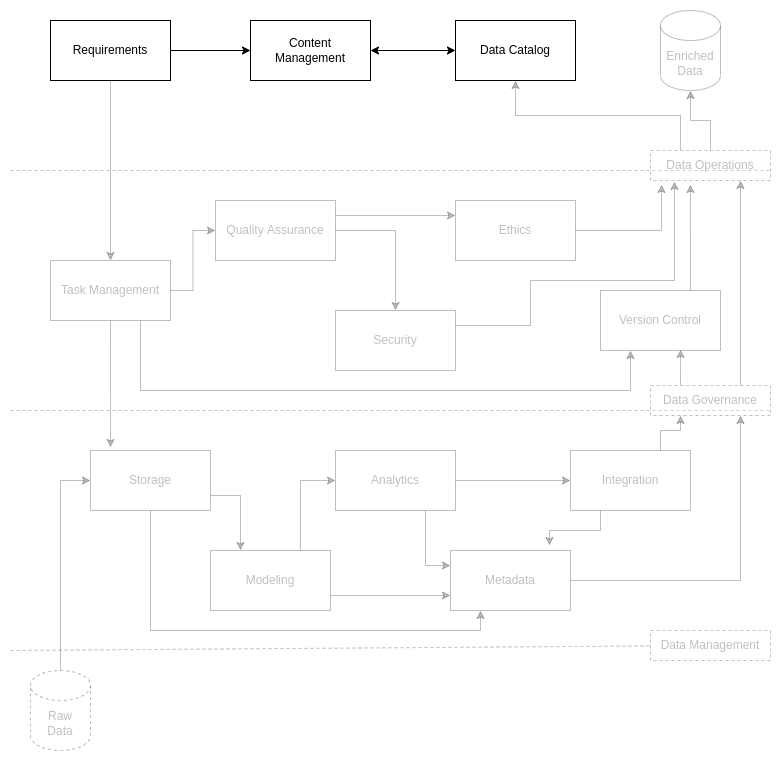
The draw.io diagram docs/source/static/images/cm_overview.png in CertusGroup/ciutshi, before a commit. Source tidied: cells renumbered, new cells last; positions are measured from the earlier drawing's top-left corner, leaving out a move shared by most shapes.
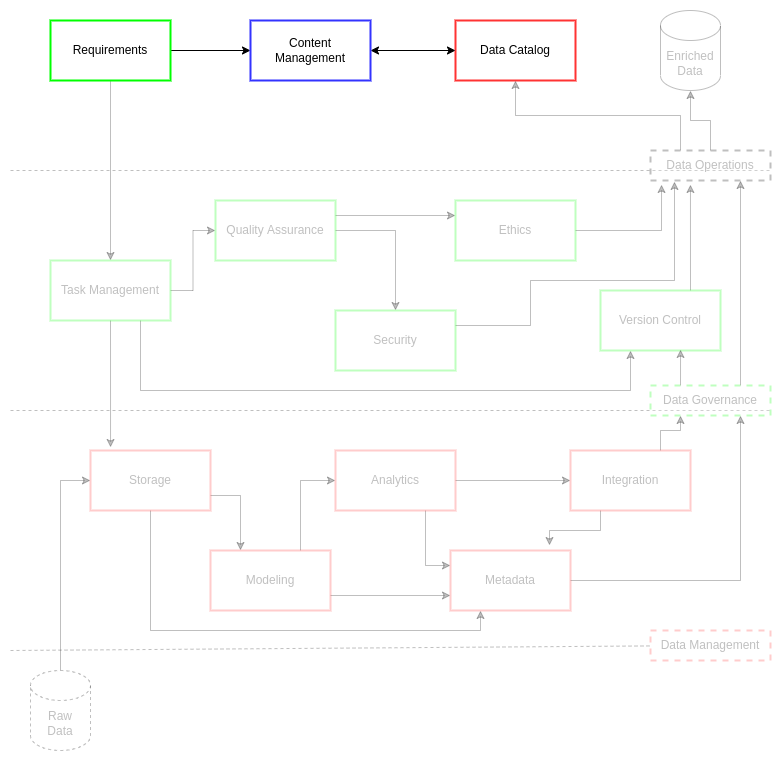
Later version of the same file.

Diff of the diagram source:
```diff
@@ -20,7 +20,7 @@
     <mxCell id="5" style="edgeStyle=orthogonalEdgeStyle;rounded=0;jettySize=auto;html=1;exitX=0.5;exitY=1;exitDx=0;exitDy=0;entryX=0.25;entryY=1;entryDx=0;entryDy=0;opacity=25;textOpacity=25;" parent="1" edge="1" source="6" target="14">
       <mxGeometry relative="1" as="geometry" />
     </mxCell>
-    <mxCell id="6" value="Storage" style="rounded=0;whiteSpace=wrap;html=1;opacity=25;textOpacity=25;" parent="1" vertex="1">
+    <mxCell id="6" value="Storage" style="rounded=0;whiteSpace=wrap;html=1;strokeWidth=2;strokeColor=#FF3333;opacity=25;textOpacity=25;" parent="1" vertex="1">
       <mxGeometry x="80" y="440" width="120" height="60" as="geometry" />
     </mxCell>
     <mxCell id="7" style="edgeStyle=orthogonalEdgeStyle;rounded=0;jettySize=auto;html=1;exitX=0.75;exitY=0;exitDx=0;exitDy=0;entryX=0;entryY=0.5;entryDx=0;entryDy=0;opacity=25;textOpacity=25;" parent="1" edge="1" source="9" target="12">
@@ -29,7 +29,7 @@
     <mxCell id="8" style="edgeStyle=orthogonalEdgeStyle;rounded=0;jettySize=auto;html=1;exitX=1;exitY=0.75;exitDx=0;exitDy=0;entryX=0;entryY=0.75;entryDx=0;entryDy=0;opacity=25;textOpacity=25;" parent="1" edge="1" source="9" target="14">
       <mxGeometry relative="1" as="geometry" />
     </mxCell>
-    <mxCell id="9" value="Modeling" style="rounded=0;whiteSpace=wrap;html=1;opacity=25;textOpacity=25;" parent="1" vertex="1">
+    <mxCell id="9" value="Modeling" style="rounded=0;whiteSpace=wrap;html=1;strokeWidth=2;strokeColor=#FF3333;opacity=25;textOpacity=25;" parent="1" vertex="1">
       <mxGeometry x="200" y="540" width="120" height="60" as="geometry" />
     </mxCell>
     <mxCell id="10" style="edgeStyle=orthogonalEdgeStyle;rounded=0;jettySize=auto;html=1;exitX=1;exitY=0.5;exitDx=0;exitDy=0;entryX=0;entryY=0.5;entryDx=0;entryDy=0;opacity=25;textOpacity=25;" parent="1" edge="1" source="12" target="17">
@@ -38,13 +38,13 @@
     <mxCell id="11" style="edgeStyle=orthogonalEdgeStyle;rounded=0;jettySize=auto;html=1;exitX=0.75;exitY=1;exitDx=0;exitDy=0;entryX=0;entryY=0.25;entryDx=0;entryDy=0;opacity=25;textOpacity=25;" parent="1" edge="1" source="12" target="14">
       <mxGeometry relative="1" as="geometry" />
     </mxCell>
-    <mxCell id="12" value="Analytics" style="rounded=0;whiteSpace=wrap;html=1;opacity=25;textOpacity=25;" parent="1" vertex="1">
+    <mxCell id="12" value="Analytics" style="rounded=0;whiteSpace=wrap;html=1;strokeWidth=2;strokeColor=#FF3333;opacity=25;textOpacity=25;" parent="1" vertex="1">
       <mxGeometry x="325" y="440" width="120" height="60" as="geometry" />
     </mxCell>
     <mxCell id="13" style="edgeStyle=orthogonalEdgeStyle;rounded=0;jettySize=auto;html=1;exitX=1;exitY=0.5;exitDx=0;exitDy=0;entryX=0.75;entryY=1;entryDx=0;entryDy=0;opacity=25;textOpacity=25;" parent="1" edge="1" source="14" target="38">
       <mxGeometry relative="1" as="geometry" />
     </mxCell>
-    <mxCell id="14" value="Metadata" style="rounded=0;whiteSpace=wrap;html=1;opacity=25;textOpacity=25;" parent="1" vertex="1">
+    <mxCell id="14" value="Metadata" style="rounded=0;whiteSpace=wrap;html=1;strokeWidth=2;strokeColor=#FF3333;opacity=25;textOpacity=25;" parent="1" vertex="1">
       <mxGeometry x="440" y="540" width="120" height="60" as="geometry" />
     </mxCell>
     <mxCell id="15" style="edgeStyle=orthogonalEdgeStyle;rounded=0;jettySize=auto;html=1;exitX=0.25;exitY=1;exitDx=0;exitDy=0;entryX=0.825;entryY=-0.083;entryDx=0;entryDy=0;entryPerimeter=0;opacity=25;textOpacity=25;" parent="1" edge="1" source="17" target="14">
@@ -53,10 +53,10 @@
     <mxCell id="16" style="edgeStyle=orthogonalEdgeStyle;rounded=0;jettySize=auto;html=1;exitX=0.75;exitY=0;exitDx=0;exitDy=0;entryX=0.25;entryY=1;entryDx=0;entryDy=0;opacity=25;textOpacity=25;" parent="1" edge="1" source="17" target="38">
       <mxGeometry relative="1" as="geometry" />
     </mxCell>
-    <mxCell id="17" value="Integration" style="rounded=0;whiteSpace=wrap;html=1;opacity=25;textOpacity=25;" parent="1" vertex="1">
+    <mxCell id="17" value="Integration" style="rounded=0;whiteSpace=wrap;html=1;strokeWidth=2;strokeColor=#FF3333;opacity=25;textOpacity=25;" parent="1" vertex="1">
       <mxGeometry x="560" y="440" width="120" height="60" as="geometry" />
     </mxCell>
-    <mxCell id="18" value="Data Catalog&lt;br&gt;" style="rounded=0;whiteSpace=wrap;html=1;" parent="1" vertex="1">
+    <mxCell id="18" value="Data Catalog&lt;br&gt;" style="rounded=0;whiteSpace=wrap;html=1;strokeWidth=2;strokeColor=#FF3333;" parent="1" vertex="1">
       <mxGeometry x="445" y="10" width="120" height="60" as="geometry" />
     </mxCell>
     <mxCell id="19" style="edgeStyle=orthogonalEdgeStyle;rounded=0;jettySize=auto;html=1;exitX=0.5;exitY=1;exitDx=0;exitDy=0;entryX=0.5;entryY=0;entryDx=0;entryDy=0;opacity=25;textOpacity=25;" parent="1" edge="1" source="21" target="25">
@@ -65,7 +65,7 @@
     <mxCell id="20" style="edgeStyle=orthogonalEdgeStyle;rounded=0;jettySize=auto;html=1;exitX=1;exitY=0.5;exitDx=0;exitDy=0;entryX=0;entryY=0.5;entryDx=0;entryDy=0;" parent="1" edge="1" source="21" target="48">
       <mxGeometry relative="1" as="geometry" />
     </mxCell>
-    <mxCell id="21" value="Requirements" style="rounded=0;whiteSpace=wrap;html=1;" parent="1" vertex="1">
+    <mxCell id="21" value="Requirements" style="rounded=0;whiteSpace=wrap;html=1;strokeColor=#00FF00;strokeWidth=2;" parent="1" vertex="1">
       <mxGeometry x="40" y="10" width="120" height="60" as="geometry" />
     </mxCell>
     <mxCell id="22" style="edgeStyle=orthogonalEdgeStyle;rounded=0;jettySize=auto;html=1;exitX=1;exitY=0.5;exitDx=0;exitDy=0;entryX=0;entryY=0.5;entryDx=0;entryDy=0;opacity=25;textOpacity=25;" parent="1" edge="1" source="25" target="28">
@@ -82,7 +82,7 @@
     <mxCell id="24" style="edgeStyle=orthogonalEdgeStyle;rounded=0;jettySize=auto;html=1;exitX=0.5;exitY=1;exitDx=0;exitDy=0;entryX=0.167;entryY=-0.05;entryDx=0;entryDy=0;entryPerimeter=0;opacity=25;textOpacity=25;" parent="1" edge="1" source="25" target="6">
       <mxGeometry relative="1" as="geometry" />
     </mxCell>
-    <mxCell id="25" value="Task Management" style="rounded=0;whiteSpace=wrap;html=1;opacity=25;textOpacity=25;" parent="1" vertex="1">
+    <mxCell id="25" value="Task Management" style="rounded=0;whiteSpace=wrap;html=1;strokeColor=#00FF00;strokeWidth=2;opacity=25;textOpacity=25;" parent="1" vertex="1">
       <mxGeometry x="40" y="250" width="120" height="60" as="geometry" />
     </mxCell>
     <mxCell id="26" style="edgeStyle=orthogonalEdgeStyle;rounded=0;jettySize=auto;html=1;exitX=1;exitY=0.5;exitDx=0;exitDy=0;entryX=0.5;entryY=0;entryDx=0;entryDy=0;opacity=25;textOpacity=25;" parent="1" edge="1" source="28" target="30">
@@ -91,7 +91,7 @@
     <mxCell id="27" style="edgeStyle=orthogonalEdgeStyle;rounded=0;jettySize=auto;html=1;exitX=1;exitY=0.25;exitDx=0;exitDy=0;entryX=0;entryY=0.25;entryDx=0;entryDy=0;opacity=25;textOpacity=25;" parent="1" edge="1" source="28" target="34">
       <mxGeometry relative="1" as="geometry" />
     </mxCell>
-    <mxCell id="28" value="Quality Assurance" style="rounded=0;whiteSpace=wrap;html=1;opacity=25;textOpacity=25;" parent="1" vertex="1">
+    <mxCell id="28" value="Quality Assurance" style="rounded=0;whiteSpace=wrap;html=1;strokeColor=#00FF00;strokeWidth=2;opacity=25;textOpacity=25;" parent="1" vertex="1">
       <mxGeometry x="205" y="190" width="120" height="60" as="geometry" />
     </mxCell>
     <mxCell id="29" style="edgeStyle=orthogonalEdgeStyle;rounded=0;jettySize=auto;html=1;exitX=1;exitY=0.25;exitDx=0;exitDy=0;entryX=0.2;entryY=1.033;entryDx=0;entryDy=0;entryPerimeter=0;opacity=25;textOpacity=25;" parent="1" edge="1" source="30" target="41">
@@ -103,19 +103,19 @@
         </Array>
       </mxGeometry>
     </mxCell>
-    <mxCell id="30" value="Security" style="rounded=0;whiteSpace=wrap;html=1;opacity=25;textOpacity=25;" parent="1" vertex="1">
+    <mxCell id="30" value="Security" style="rounded=0;whiteSpace=wrap;html=1;strokeColor=#00FF00;strokeWidth=2;opacity=25;textOpacity=25;" parent="1" vertex="1">
       <mxGeometry x="325" y="300" width="120" height="60" as="geometry" />
     </mxCell>
     <mxCell id="31" style="edgeStyle=orthogonalEdgeStyle;rounded=0;jettySize=auto;html=1;exitX=0.75;exitY=0;exitDx=0;exitDy=0;entryX=0.333;entryY=1.133;entryDx=0;entryDy=0;entryPerimeter=0;opacity=25;textOpacity=25;" parent="1" edge="1" source="32" target="41">
       <mxGeometry relative="1" as="geometry" />
     </mxCell>
-    <mxCell id="32" value="Version Control" style="rounded=0;whiteSpace=wrap;html=1;opacity=25;textOpacity=25;" parent="1" vertex="1">
+    <mxCell id="32" value="Version Control" style="rounded=0;whiteSpace=wrap;html=1;strokeColor=#00FF00;strokeWidth=2;opacity=25;textOpacity=25;" parent="1" vertex="1">
       <mxGeometry x="590" y="280" width="120" height="60" as="geometry" />
     </mxCell>
     <mxCell id="33" style="edgeStyle=orthogonalEdgeStyle;rounded=0;jettySize=auto;html=1;exitX=1;exitY=0.5;exitDx=0;exitDy=0;entryX=0.092;entryY=1.133;entryDx=0;entryDy=0;entryPerimeter=0;opacity=25;textOpacity=25;" parent="1" edge="1" source="34" target="41">
       <mxGeometry relative="1" as="geometry" />
     </mxCell>
-    <mxCell id="34" value="Ethics" style="rounded=0;whiteSpace=wrap;html=1;opacity=25;textOpacity=25;" parent="1" vertex="1">
+    <mxCell id="34" value="Ethics" style="rounded=0;whiteSpace=wrap;html=1;strokeColor=#00FF00;strokeWidth=2;opacity=25;textOpacity=25;" parent="1" vertex="1">
       <mxGeometry x="445" y="190" width="120" height="60" as="geometry" />
     </mxCell>
     <mxCell id="35" style="endArrow=none;dashed=1;html=1;rounded=0;startArrow=none;opacity=25;textOpacity=25;" parent="1" edge="1" source="45">
@@ -129,7 +129,7 @@
     <mxCell id="37" style="edgeStyle=orthogonalEdgeStyle;rounded=0;jettySize=auto;html=1;exitX=0.75;exitY=0;exitDx=0;exitDy=0;entryX=0.75;entryY=1;entryDx=0;entryDy=0;opacity=25;textOpacity=25;" parent="1" edge="1" source="38" target="41">
       <mxGeometry relative="1" as="geometry" />
     </mxCell>
-    <mxCell id="38" value="Data Governance" style="rounded=0;whiteSpace=wrap;html=1;dashed=1;opacity=25;textOpacity=25;" parent="1" vertex="1">
+    <mxCell id="38" value="Data Governance" style="rounded=0;whiteSpace=wrap;html=1;dashed=1;strokeColor=#00FF00;strokeWidth=2;opacity=25;textOpacity=25;" parent="1" vertex="1">
       <mxGeometry x="640" y="375" width="120" height="30" as="geometry" />
     </mxCell>
     <mxCell id="39" style="edgeStyle=orthogonalEdgeStyle;rounded=0;jettySize=auto;html=1;exitX=0.5;exitY=0;exitDx=0;exitDy=0;entryX=0.5;entryY=1;entryDx=0;entryDy=0;entryPerimeter=0;opacity=25;textOpacity=25;" parent="1" edge="1" source="41" target="44">
@@ -138,7 +138,7 @@
     <mxCell id="40" style="edgeStyle=orthogonalEdgeStyle;rounded=0;jettySize=auto;html=1;exitX=0.25;exitY=0;exitDx=0;exitDy=0;entryX=0.5;entryY=1;entryDx=0;entryDy=0;opacity=25;textOpacity=25;" parent="1" edge="1" source="41" target="18">
       <mxGeometry relative="1" as="geometry" />
     </mxCell>
-    <mxCell id="41" value="Data Operations" style="rounded=0;whiteSpace=wrap;html=1;dashed=1;opacity=25;textOpacity=25;" parent="1" vertex="1">
+    <mxCell id="41" value="Data Operations" style="rounded=0;whiteSpace=wrap;html=1;dashed=1;strokeWidth=2;opacity=25;textOpacity=25;" parent="1" vertex="1">
       <mxGeometry x="640" y="140" width="120" height="30" as="geometry" />
     </mxCell>
     <mxCell id="42" style="edgeStyle=orthogonalEdgeStyle;rounded=0;jettySize=auto;html=1;exitX=0.5;exitY=0;exitDx=0;exitDy=0;exitPerimeter=0;entryX=0;entryY=0.5;entryDx=0;entryDy=0;opacity=25;textOpacity=25;" parent="1" edge="1" source="43" target="6">
@@ -150,7 +150,7 @@
     <mxCell id="44" value="Enriched&lt;br&gt;Data" style="shape=cylinder3;whiteSpace=wrap;html=1;boundedLbl=1;backgroundOutline=1;size=15;opacity=25;textOpacity=25;" parent="1" vertex="1">
       <mxGeometry x="650" width="60" height="80" as="geometry" />
     </mxCell>
-    <mxCell id="45" value="Data Management&lt;br&gt;" style="rounded=0;whiteSpace=wrap;html=1;dashed=1;opacity=25;textOpacity=25;" parent="1" vertex="1">
+    <mxCell id="45" value="Data Management&lt;br&gt;" style="rounded=0;whiteSpace=wrap;html=1;dashed=1;strokeWidth=2;strokeColor=#FF3333;opacity=25;textOpacity=25;" parent="1" vertex="1">
       <mxGeometry x="640" y="620" width="120" height="30" as="geometry" />
     </mxCell>
     <mxCell id="46" style="endArrow=none;dashed=1;html=1;rounded=0;opacity=25;textOpacity=25;" parent="1" edge="1" target="45">
@@ -161,7 +161,7 @@
     <mxCell id="47" style="edgeStyle=orthogonalEdgeStyle;rounded=0;jettySize=auto;html=1;exitX=1;exitY=0.5;exitDx=0;exitDy=0;entryX=0;entryY=0.5;entryDx=0;entryDy=0;startArrow=classic;startFill=1;" parent="1" edge="1" source="48" target="18">
       <mxGeometry relative="1" as="geometry" />
     </mxCell>
-    <mxCell id="48" value="Content&lt;br&gt;Management" style="rounded=0;whiteSpace=wrap;html=1;" parent="1" vertex="1">
+    <mxCell id="48" value="Content&lt;br&gt;Management" style="rounded=0;whiteSpace=wrap;html=1;strokeColor=#3333FF;strokeWidth=2;" parent="1" vertex="1">
       <mxGeometry x="240" y="10" width="120" height="60" as="geometry" />
     </mxCell>
   </root>
```
